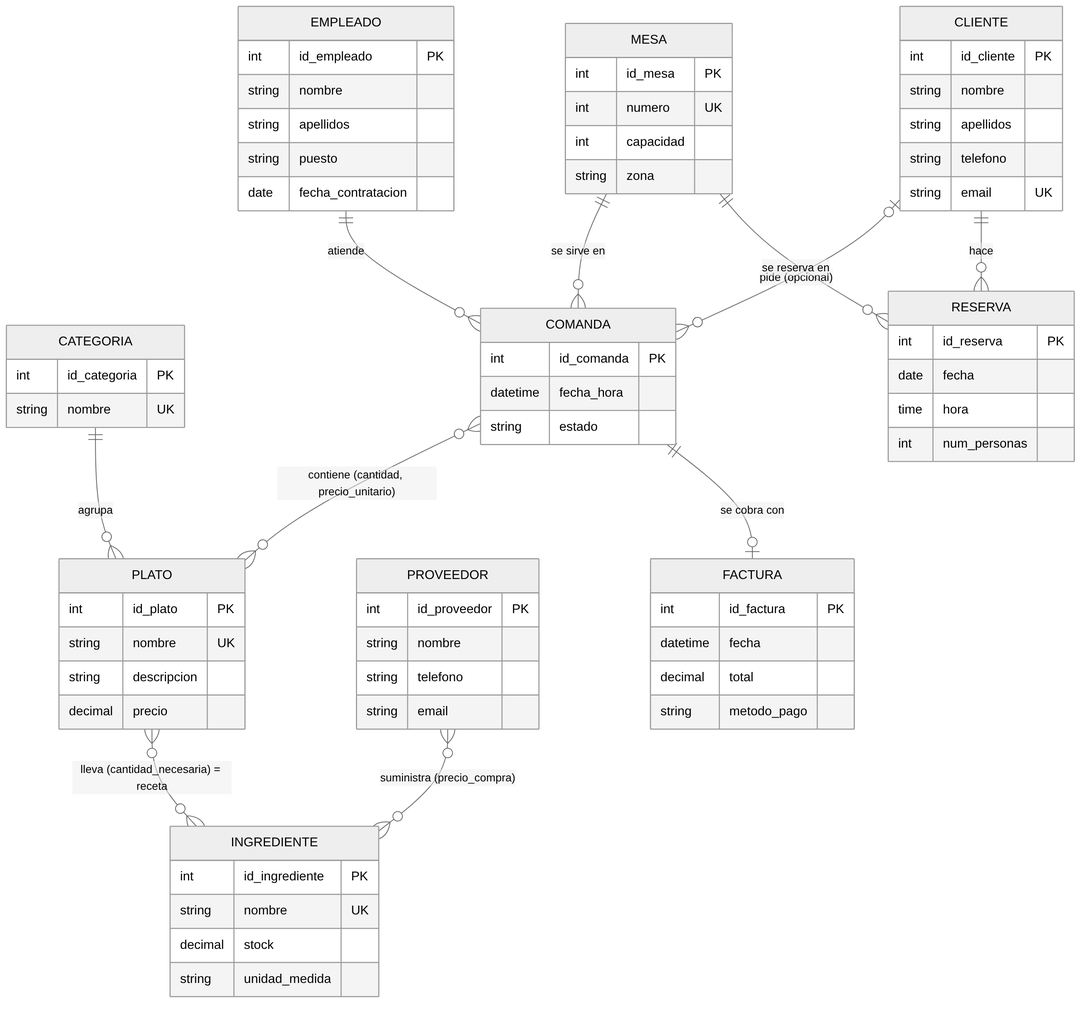
Earlier version of the Mermaid export diagramas/modelo-er-conceptual.png (krako829/almichain-reto1). Its source is kept beside it as diagramas/modelo-er-conceptual.mmd. Source of this version:
```mermaid
erDiagram
  CATEGORIA ||--o{ PLATO : "agrupa"
  COMANDA }o--o{ PLATO : "contiene (cantidad, precio_unitario)"
  PLATO }o--o{ INGREDIENTE : "lleva (cantidad_necesaria) = receta"
  PROVEEDOR }o--o{ INGREDIENTE : "suministra (precio_compra)"
  MESA ||--o{ COMANDA : "se sirve en"
  EMPLEADO ||--o{ COMANDA : "atiende"
  CLIENTE |o--o{ COMANDA : "pide (opcional)"
  COMANDA ||--o| FACTURA : "se cobra con"
  CLIENTE ||--o{ RESERVA : "hace"
  MESA ||--o{ RESERVA : "se reserva en"
  CLIENTE { int id_cliente PK
    string nombre
    string apellidos
    string telefono
    string email UK }
  MESA { int id_mesa PK
    int numero UK
    int capacidad
    string zona }
  EMPLEADO { int id_empleado PK
    string nombre
    string apellidos
    string puesto
    date fecha_contratacion }
  RESERVA { int id_reserva PK
    date fecha
    time hora
    int num_personas }
  COMANDA { int id_comanda PK
    datetime fecha_hora
    string estado }
  PLATO { int id_plato PK
    string nombre UK
    string descripcion
    decimal precio }
  CATEGORIA { int id_categoria PK
    string nombre UK }
  INGREDIENTE { int id_ingrediente PK
    string nombre UK
    decimal stock
    string unidad_medida }
  PROVEEDOR { int id_proveedor PK
    string nombre
    string telefono
    string email }
  FACTURA { int id_factura PK
    datetime fecha
    decimal total
    string metodo_pago }
```
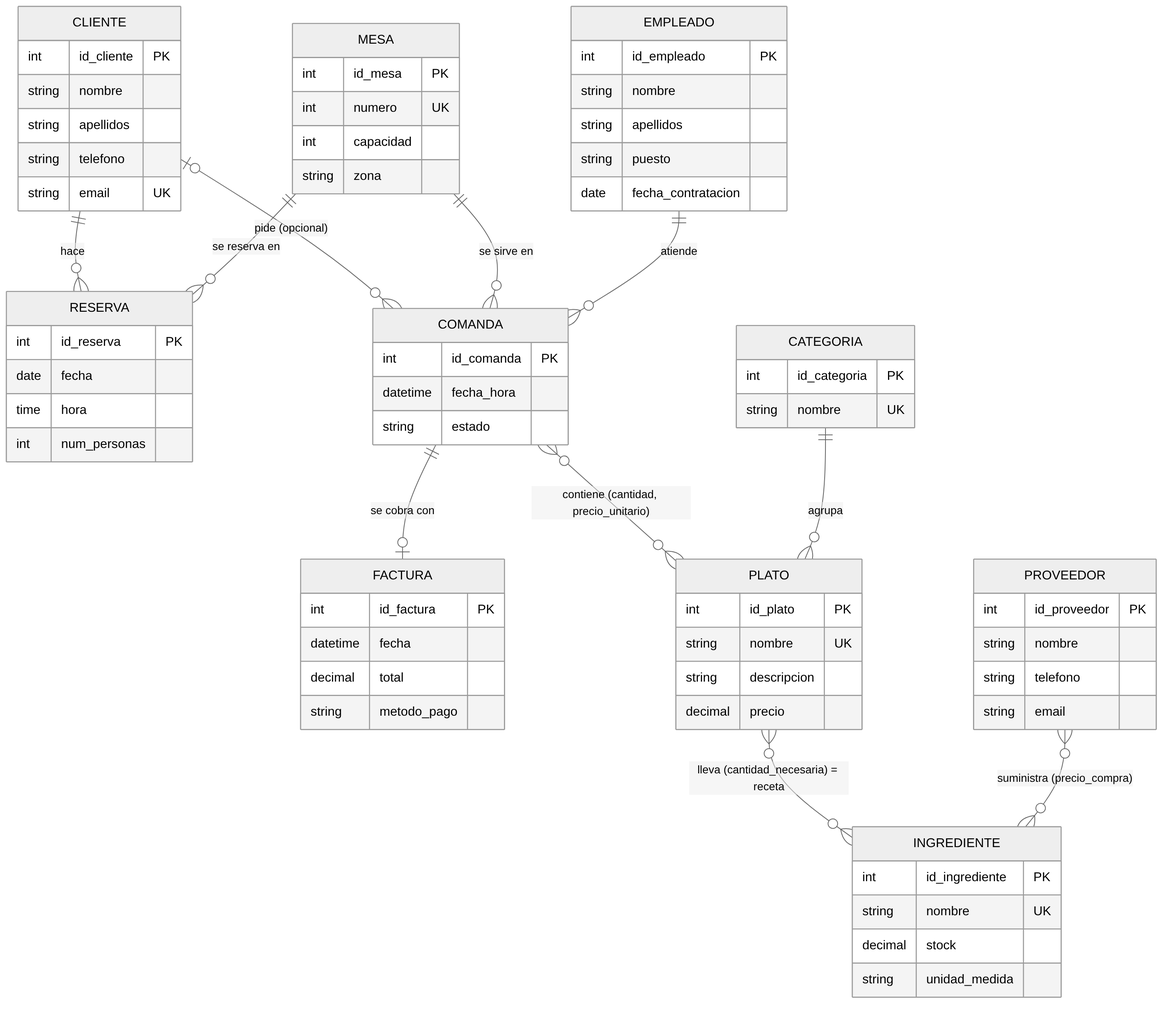
After the change.

Change to the diagram source:
```diff
@@ -1,14 +1,14 @@
 erDiagram
+  CLIENTE ||--o{ RESERVA : "hace"
+  MESA ||--o{ RESERVA : "se reserva en"
+  CLIENTE |o--o{ COMANDA : "pide (opcional)"
+  MESA ||--o{ COMANDA : "se sirve en"
+  EMPLEADO ||--o{ COMANDA : "atiende"
+  COMANDA ||--o| FACTURA : "se cobra con"
+  COMANDA }o--o{ PLATO : "contiene (cantidad, precio_unitario)"
   CATEGORIA ||--o{ PLATO : "agrupa"
-  COMANDA }o--o{ PLATO : "contiene (cantidad, precio_unitario)"
   PLATO }o--o{ INGREDIENTE : "lleva (cantidad_necesaria) = receta"
   PROVEEDOR }o--o{ INGREDIENTE : "suministra (precio_compra)"
-  MESA ||--o{ COMANDA : "se sirve en"
-  EMPLEADO ||--o{ COMANDA : "atiende"
-  CLIENTE |o--o{ COMANDA : "pide (opcional)"
-  COMANDA ||--o| FACTURA : "se cobra con"
-  CLIENTE ||--o{ RESERVA : "hace"
-  MESA ||--o{ RESERVA : "se reserva en"
   CLIENTE { int id_cliente PK
     string nombre
     string apellidos
```
